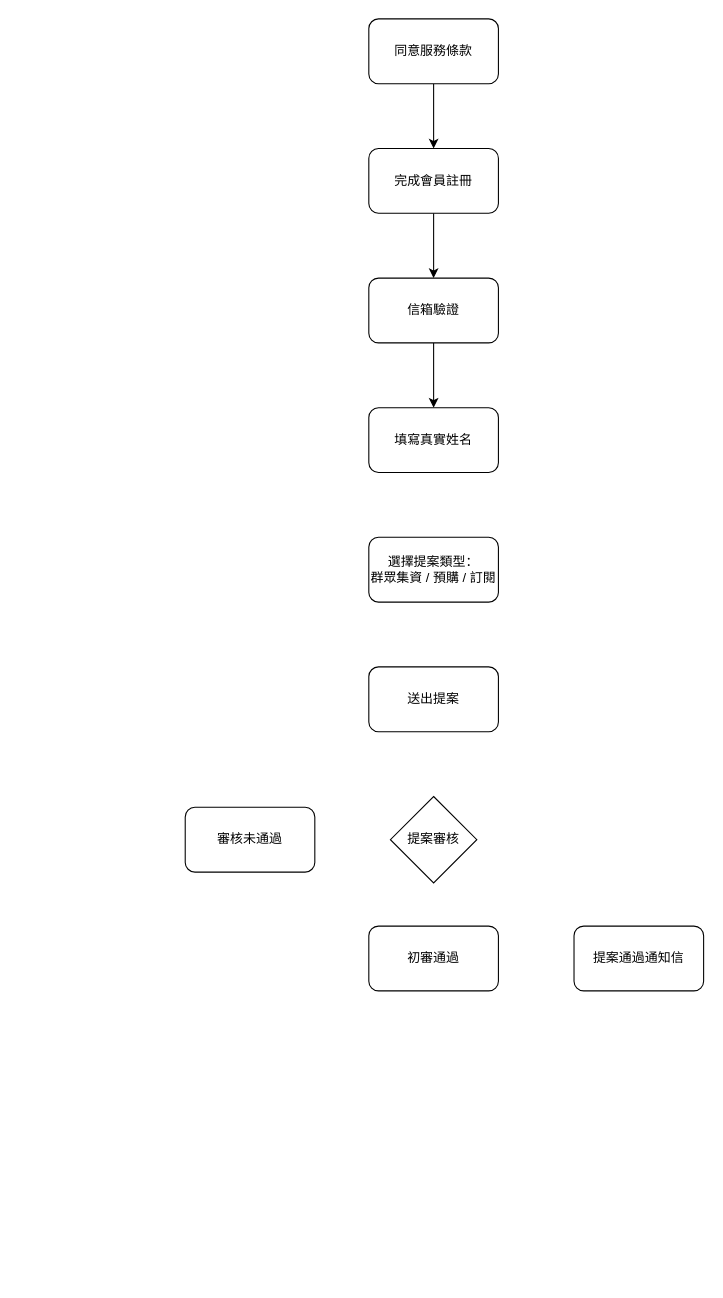
Above: draw/Untitled Diagram.drawio in chiabinbin/michu (draw.io), before the change. Source tidied: cells renumbered, new cells numbered last; positions are measured from the earlier drawing's top-left corner, leaving out a move shared by most shapes. Both pictures are drawn from the tidied source at 108%, with x=0, y=0 at pixel (185, 18).
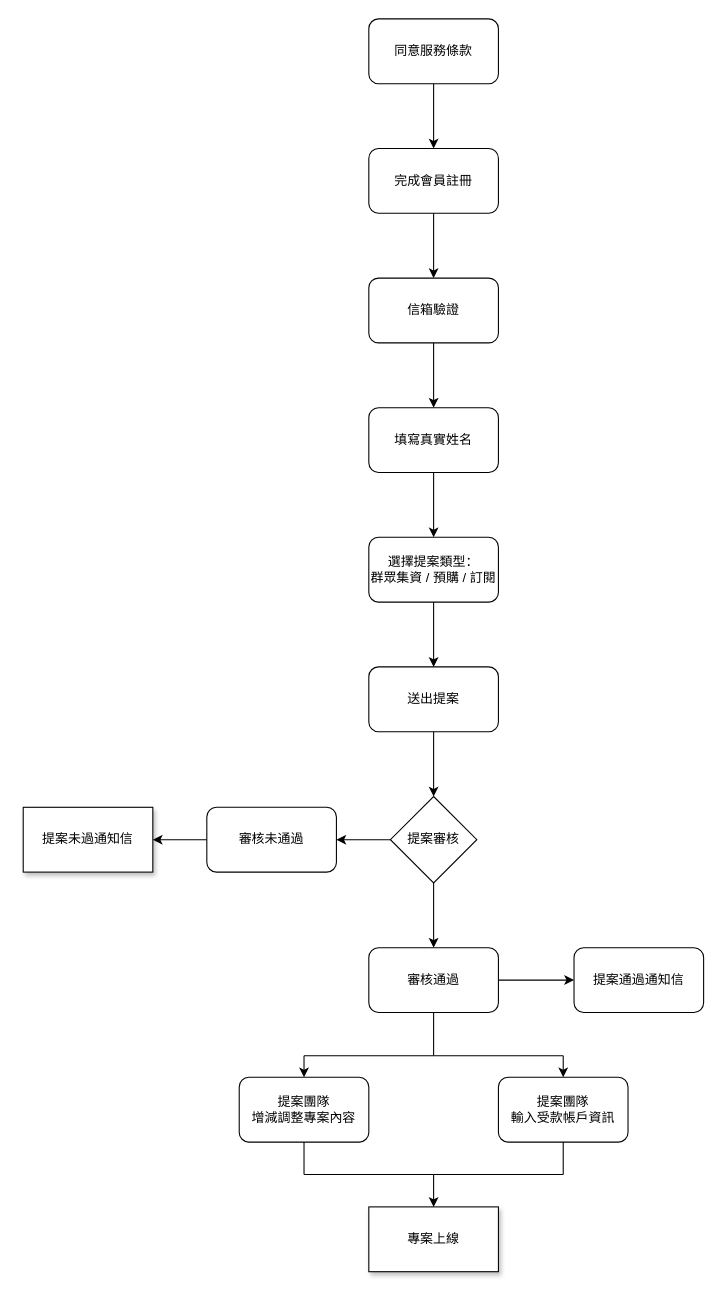
The same page after the edit.

Commit message:
現行提案流程

The change refers to these unchanged cells:
```xml
<mxCell id="8" value="填寫真實姓名" style="rounded=1;whiteSpace=wrap;html=1;" parent="1" vertex="1">
  <mxGeometry x="170" y="360" width="120" height="60" as="geometry" />
</mxCell>
<mxCell id="9" value="選擇提案類型：&lt;br&gt;群眾集資 / 預購 / 訂閱" style="rounded=1;whiteSpace=wrap;html=1;" parent="1" vertex="1">
  <mxGeometry x="170" y="480" width="120" height="60" as="geometry" />
</mxCell>
<mxCell id="10" value="送出提案" style="rounded=1;whiteSpace=wrap;html=1;" parent="1" vertex="1">
  <mxGeometry x="170" y="600" width="120" height="60" as="geometry" />
</mxCell>
<mxCell id="11" value="提案審核" style="rhombus;whiteSpace=wrap;html=1;" parent="1" vertex="1">
  <mxGeometry x="190" y="720" width="80" height="80" as="geometry" />
</mxCell>
```

What changed in the source:
```diff
@@
+    <mxCell id="15" style="edgeStyle=orthogonalEdgeStyle;rounded=0;jettySize=auto;html=1;" parent="1" edge="1" source="8" target="9">
+      <mxGeometry relative="1" as="geometry" />
+    </mxCell>
@@
+    <mxCell id="16" style="edgeStyle=orthogonalEdgeStyle;rounded=0;jettySize=auto;html=1;" parent="1" edge="1" source="9" target="10">
+      <mxGeometry relative="1" as="geometry" />
+    </mxCell>
@@
+    <mxCell id="17" style="edgeStyle=orthogonalEdgeStyle;rounded=0;jettySize=auto;html=1;" parent="1" edge="1" source="10" target="11">
+      <mxGeometry relative="1" as="geometry" />
+    </mxCell>
@@
+    <mxCell id="18" style="edgeStyle=orthogonalEdgeStyle;rounded=0;jettySize=auto;html=1;" parent="1" edge="1" source="11" target="13">
+      <mxGeometry relative="1" as="geometry" />
+    </mxCell>
+    <mxCell id="19" style="edgeStyle=orthogonalEdgeStyle;rounded=0;jettySize=auto;html=1;" parent="1" edge="1" source="11" target="12">
+      <mxGeometry relative="1" as="geometry" />
+    </mxCell>
@@
+    <mxCell id="20" style="edgeStyle=orthogonalEdgeStyle;rounded=0;jettySize=auto;html=1;" parent="1" edge="1" source="12" target="14">
+      <mxGeometry relative="1" as="geometry" />
+    </mxCell>
-    <mxCell id="12" value="初審通過" style="rounded=1;whiteSpace=wrap;html=1;" parent="1" vertex="1">
-      <mxGeometry x="170" y="840" width="120" height="60" as="geometry" />
+    <mxCell id="12" value="審核通過" style="rounded=1;whiteSpace=wrap;html=1;" parent="1" vertex="1">
+      <mxGeometry x="170" y="860" width="120" height="60" as="geometry" />
     </mxCell>
+    <mxCell id="21" style="edgeStyle=orthogonalEdgeStyle;rounded=0;jettySize=auto;html=1;" parent="1" edge="1" source="13" target="30">
+      <mxGeometry relative="1" as="geometry" />
+    </mxCell>
     <mxCell id="13" value="審核未通過" style="rounded=1;whiteSpace=wrap;html=1;" parent="1" vertex="1">
-      <mxGeometry y="730" width="120" height="60" as="geometry" />
+      <mxGeometry x="20" y="730" width="120" height="60" as="geometry" />
     </mxCell>
     <mxCell id="14" value="提案通過通知信" style="rounded=1;whiteSpace=wrap;html=1;" parent="1" vertex="1">
-      <mxGeometry x="360" y="840" width="120" height="60" as="geometry" />
+      <mxGeometry x="360" y="860" width="120" height="60" as="geometry" />
     </mxCell>
+    <mxCell id="22" value="提案團隊&lt;br&gt;輸入受款帳戶資訊" style="rounded=1;whiteSpace=wrap;html=1;" parent="1" vertex="1">
+      <mxGeometry x="290" y="980" width="120" height="60" as="geometry" />
+    </mxCell>
+    <mxCell id="23" value="提案團隊&lt;br&gt;增減調整專案內容" style="rounded=1;whiteSpace=wrap;html=1;" parent="1" vertex="1">
+      <mxGeometry x="50" y="980" width="120" height="60" as="geometry" />
+    </mxCell>
+    <mxCell id="24" style="endArrow=none;html=1;rounded=0;entryX=0.5;entryY=1;entryDx=0;entryDy=0;" parent="1" edge="1" target="12">
+      <mxGeometry relative="1" as="geometry">
+        <mxPoint x="230" y="960" as="sourcePoint" />
+      </mxGeometry>
+    </mxCell>
+    <mxCell id="25" style="endArrow=none;html=1;rounded=0;" parent="1" edge="1">
+      <mxGeometry relative="1" as="geometry">
+        <mxPoint x="230" y="960" as="sourcePoint" />
+        <mxPoint x="350" y="960" as="targetPoint" />
+      </mxGeometry>
+    </mxCell>
+    <mxCell id="26" style="endArrow=none;html=1;rounded=0;" parent="1" edge="1">
+      <mxGeometry relative="1" as="geometry">
+        <mxPoint x="230" y="960" as="sourcePoint" />
+        <mxPoint x="110" y="960" as="targetPoint" />
+      </mxGeometry>
+    </mxCell>
+    <mxCell id="27" style="endArrow=classic;html=1;rounded=0;entryX=0.5;entryY=0;entryDx=0;entryDy=0;" parent="1" edge="1" target="22">
+      <mxGeometry relative="1" as="geometry">
+        <mxPoint x="350" y="960" as="sourcePoint" />
+      </mxGeometry>
+    </mxCell>
+    <mxCell id="28" style="endArrow=classic;html=1;rounded=0;entryX=0.5;entryY=0;entryDx=0;entryDy=0;" parent="1" edge="1" target="23">
+      <mxGeometry relative="1" as="geometry">
+        <mxPoint x="110" y="960" as="sourcePoint" />
+      </mxGeometry>
+    </mxCell>
+    <mxCell id="29" value="專案上線" style="rounded=0;whiteSpace=wrap;html=1;gradientColor=#ffffff;shadow=1;" parent="1" vertex="1">
+      <mxGeometry x="170" y="1100" width="120" height="60" as="geometry" />
+    </mxCell>
+    <mxCell id="30" value="提案未過通知信" style="rounded=0;whiteSpace=wrap;html=1;gradientColor=#ffffff;shadow=1;" parent="1" vertex="1">
+      <mxGeometry x="-150" y="730" width="120" height="60" as="geometry" />
+    </mxCell>
+    <mxCell id="31" style="endArrow=none;html=1;rounded=0;" parent="1" edge="1">
+      <mxGeometry relative="1" as="geometry">
+        <mxPoint x="230" y="1070" as="sourcePoint" />
+        <mxPoint x="110" y="1070" as="targetPoint" />
+      </mxGeometry>
+    </mxCell>
+    <mxCell id="32" style="endArrow=none;html=1;rounded=0;" parent="1" edge="1">
+      <mxGeometry relative="1" as="geometry">
+        <mxPoint x="350" y="1070" as="sourcePoint" />
+        <mxPoint x="230" y="1070" as="targetPoint" />
+      </mxGeometry>
+    </mxCell>
+    <mxCell id="33" style="endArrow=none;html=1;rounded=0;exitX=0.5;exitY=1;exitDx=0;exitDy=0;" parent="1" edge="1" source="23">
+      <mxGeometry relative="1" as="geometry">
+        <mxPoint x="110" y="1070" as="targetPoint" />
+      </mxGeometry>
+    </mxCell>
+    <mxCell id="34" style="endArrow=none;html=1;rounded=0;exitX=0.5;exitY=1;exitDx=0;exitDy=0;" parent="1" edge="1" source="22">
+      <mxGeometry relative="1" as="geometry">
+        <mxPoint x="350" y="1070" as="targetPoint" />
+      </mxGeometry>
+    </mxCell>
+    <mxCell id="35" style="endArrow=classic;html=1;rounded=0;entryX=0.5;entryY=0;entryDx=0;entryDy=0;" parent="1" edge="1" target="29">
+      <mxGeometry relative="1" as="geometry">
+        <mxPoint x="230" y="1070" as="sourcePoint" />
+      </mxGeometry>
+    </mxCell>
```
